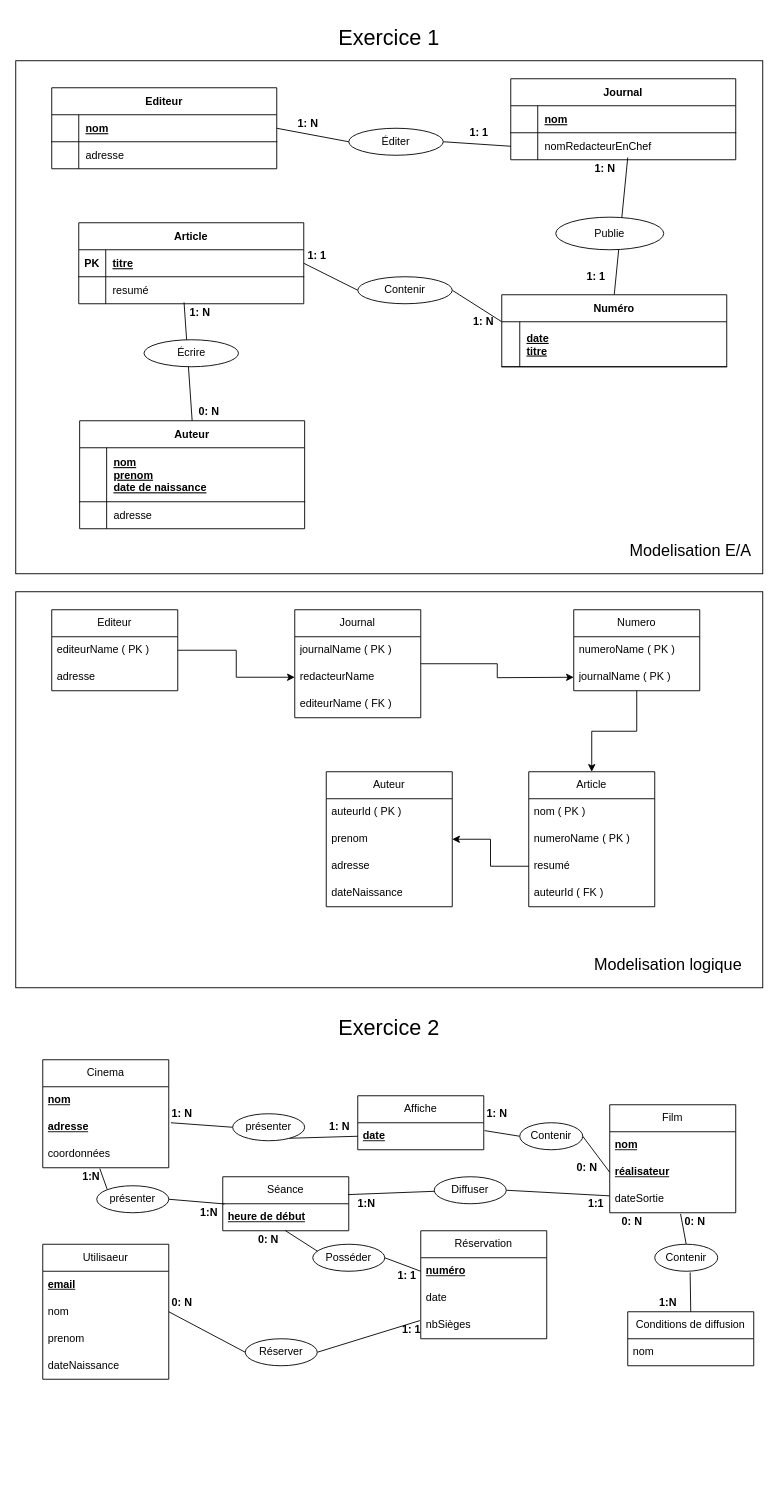
The draw.io diagram TP-1-Modelisation/exercice-1.drawio in florian-alb/administration-bdd-2025, before the edit. Source tidied: cells renumbered, new cells numbered last; positions are measured from the earlier drawing's top-left corner, leaving out a move shared by most shapes. Both pictures are drawn from the tidied source at 90%, with x=0, y=0 at pixel (15, 15).
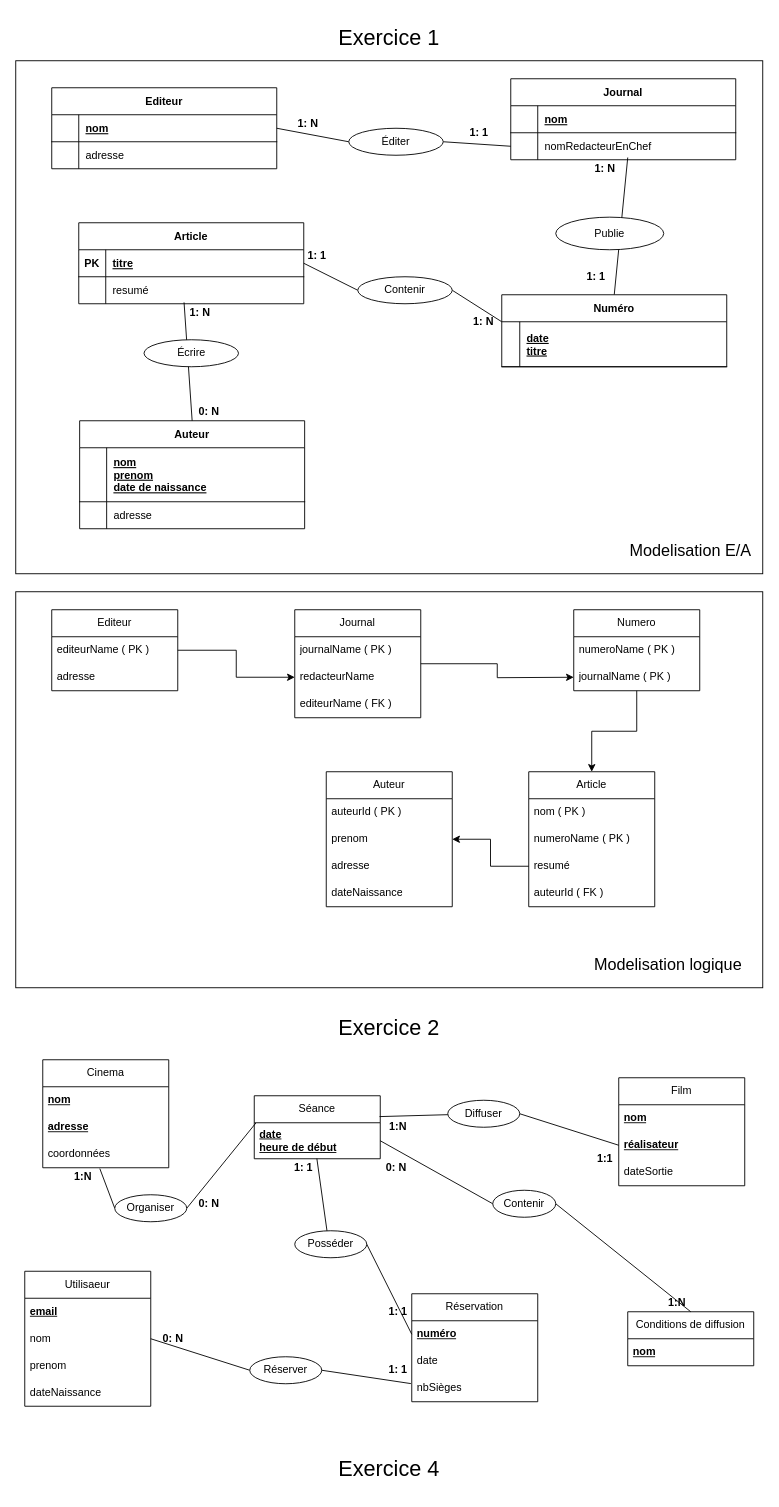
The same diagram, later.

Commit message (it also covers changes not shown here):
Mettre à jour exercice-1.drawio

Unchanged cells that the change refers to:
```xml
<mxCell id="86" value="coordonnées" style="text;strokeColor=none;fillColor=none;align=left;verticalAlign=middle;spacingLeft=4;spacingRight=4;overflow=hidden;points=[[0,0.5],[1,0.5]];portConstraint=eastwest;whiteSpace=wrap;html=1;" parent="83" vertex="1">
  <mxGeometry y="90" width="140" height="30" as="geometry" />
</mxCell>
<mxCell id="89" value="réalisateur" style="text;strokeColor=none;fillColor=none;align=left;verticalAlign=middle;spacingLeft=4;spacingRight=4;overflow=hidden;points=[[0,0.5],[1,0.5]];portConstraint=eastwest;whiteSpace=wrap;html=1;fontStyle=5;" parent="87" vertex="1">
  <mxGeometry y="60" width="140" height="30" as="geometry" />
</mxCell>
<mxCell id="90" value="dateSortie" style="text;strokeColor=none;fillColor=none;align=left;verticalAlign=middle;spacingLeft=4;spacingRight=4;overflow=hidden;points=[[0,0.5],[1,0.5]];portConstraint=eastwest;whiteSpace=wrap;html=1;" parent="87" vertex="1">
  <mxGeometry y="90" width="140" height="30" as="geometry" />
</mxCell>
<mxCell id="97" value="Conditions de diffusion" style="swimlane;fontStyle=0;horizontal=1;startSize=30;whiteSpace=wrap;html=1;" parent="1" vertex="1">
  <mxGeometry x="680" y="1440" width="140" height="60" as="geometry" />
</mxCell>
```

Diff of the diagram source:
```diff
@@
     <mxCell id="87" value="Film" style="swimlane;fontStyle=0;horizontal=1;startSize=30;whiteSpace=wrap;html=1;" parent="1" vertex="1">
-      <mxGeometry x="660" y="1210" width="140" height="120" as="geometry" />
+      <mxGeometry x="670" y="1180" width="140" height="120" as="geometry" />
     </mxCell>
@@
     <mxCell id="91" value="Séance" style="swimlane;fontStyle=0;horizontal=1;startSize=30;whiteSpace=wrap;html=1;" parent="1" vertex="1">
-      <mxGeometry x="230" y="1290" width="140" height="60" as="geometry" />
+      <mxGeometry x="265" y="1200" width="140" height="70" as="geometry" />
     </mxCell>
-    <mxCell id="92" value="heure de début" style="text;strokeColor=none;fillColor=none;align=left;verticalAlign=middle;spacingLeft=4;spacingRight=4;overflow=hidden;points=[[0,0.5],[1,0.5]];portConstraint=eastwest;whiteSpace=wrap;html=1;fontStyle=5;" parent="91" vertex="1">
-      <mxGeometry y="30" width="140" height="30" as="geometry" />
+    <mxCell id="92" value="&lt;div&gt;date&lt;/div&gt;heure de début" style="text;strokeColor=none;fillColor=none;align=left;verticalAlign=middle;spacingLeft=4;spacingRight=4;overflow=hidden;points=[[0,0.5],[1,0.5]];portConstraint=eastwest;whiteSpace=wrap;html=1;fontStyle=5;" parent="91" vertex="1">
+      <mxGeometry y="30" width="140" height="40" as="geometry" />
     </mxCell>
     <mxCell id="93" value="Réservation" style="swimlane;fontStyle=0;horizontal=1;startSize=30;whiteSpace=wrap;html=1;" parent="1" vertex="1">
-      <mxGeometry x="450" y="1350" width="140" height="120" as="geometry" />
+      <mxGeometry x="440" y="1420" width="140" height="120" as="geometry" />
     </mxCell>
@@
-    <mxCell id="98" value="nom" style="text;strokeColor=none;fillColor=none;align=left;verticalAlign=middle;spacingLeft=4;spacingRight=4;overflow=hidden;whiteSpace=wrap;html=1;" parent="97" vertex="1">
+    <mxCell id="98" value="&lt;b&gt;&lt;u&gt;nom&lt;/u&gt;&lt;/b&gt;" style="text;strokeColor=none;fillColor=none;align=left;verticalAlign=middle;spacingLeft=4;spacingRight=4;overflow=hidden;whiteSpace=wrap;html=1;" parent="97" vertex="1">
       <mxGeometry y="30" width="140" height="30" as="geometry" />
     </mxCell>
     <mxCell id="99" value="Utilisaeur" style="swimlane;fontStyle=0;horizontal=1;startSize=30;whiteSpace=wrap;html=1;" parent="1" vertex="1">
-      <mxGeometry x="30" y="1365" width="140" height="150" as="geometry" />
+      <mxGeometry x="10" y="1395" width="140" height="150" as="geometry" />
     </mxCell>
@@
-    <mxCell id="104" value="&lt;b&gt;1: N&lt;/b&gt;" style="text;html=1;align=center;verticalAlign=middle;whiteSpace=wrap;rounded=0;" parent="1" vertex="1">
-      <mxGeometry x="160" y="1210" width="50" height="20" as="geometry" />
-    </mxCell>
     <mxCell id="105" value="&lt;b&gt;1: 1&lt;/b&gt;" style="text;html=1;align=center;verticalAlign=middle;whiteSpace=wrap;rounded=0;" parent="1" vertex="1">
-      <mxGeometry x="410" y="1390" width="50" height="20" as="geometry" />
+      <mxGeometry x="295" y="1270" width="50" height="20" as="geometry" />
     </mxCell>
-    <mxCell id="106" value="Affiche" style="swimlane;fontStyle=0;horizontal=1;startSize=30;whiteSpace=wrap;html=1;" parent="1" vertex="1">
-      <mxGeometry x="380" y="1200" width="140" height="60" as="geometry" />
-    </mxCell>
-    <mxCell id="107" value="date" style="text;strokeColor=none;fillColor=none;align=left;verticalAlign=middle;spacingLeft=4;spacingRight=4;overflow=hidden;points=[[0,0.5],[1,0.5]];portConstraint=eastwest;whiteSpace=wrap;html=1;fontStyle=5;" parent="106" vertex="1">
-      <mxGeometry y="30" width="140" height="30" as="geometry" />
-    </mxCell>
-    <mxCell id="108" style="endArrow=none;html=1;rounded=0;exitX=0.25;exitY=1;exitDx=0;exitDy=0;entryX=0;entryY=0.5;entryDx=0;entryDy=0;" parent="1" edge="1" source="110" target="107">
-      <mxGeometry relative="1" as="geometry" />
-    </mxCell>
-    <mxCell id="109" style="endArrow=none;html=1;rounded=0;exitX=0.25;exitY=1;exitDx=0;exitDy=0;entryX=0;entryY=0.5;entryDx=0;entryDy=0;" parent="1" edge="1" source="104" target="110">
-      <mxGeometry relative="1" as="geometry" />
-    </mxCell>
-    <mxCell id="110" value="présenter" style="ellipse;whiteSpace=wrap;html=1;" parent="1" vertex="1">
-      <mxGeometry x="241" y="1220" width="80" height="30" as="geometry" />
-    </mxCell>
-    <mxCell id="111" style="endArrow=none;html=1;rounded=0;entryX=1.006;entryY=0.291;entryDx=0;entryDy=0;exitX=0;exitY=0.5;exitDx=0;exitDy=0;entryPerimeter=0;" parent="1" edge="1" source="113" target="107">
-      <mxGeometry relative="1" as="geometry" />
-    </mxCell>
-    <mxCell id="112" style="endArrow=none;html=1;rounded=0;entryX=1;entryY=0.5;entryDx=0;entryDy=0;exitX=0;exitY=0.5;exitDx=0;exitDy=0;" parent="1" edge="1" source="89" target="113">
-      <mxGeometry relative="1" as="geometry" />
-    </mxCell>
-    <mxCell id="113" value="Contenir" style="ellipse;whiteSpace=wrap;html=1;" parent="1" vertex="1">
-      <mxGeometry x="560" y="1230" width="70" height="30" as="geometry" />
-    </mxCell>
-    <mxCell id="114" value="&lt;b&gt;1: N&lt;/b&gt;" style="text;html=1;align=center;verticalAlign=middle;whiteSpace=wrap;rounded=0;" parent="1" vertex="1">
-      <mxGeometry x="510" y="1210" width="50" height="20" as="geometry" />
-    </mxCell>
-    <mxCell id="115" value="&lt;b&gt;0: N&lt;/b&gt;" style="text;html=1;align=center;verticalAlign=middle;whiteSpace=wrap;rounded=0;" parent="1" vertex="1">
-      <mxGeometry x="610" y="1270" width="50" height="20" as="geometry" />
-    </mxCell>
-    <mxCell id="116" style="endArrow=none;html=1;rounded=0;exitX=0.5;exitY=0;exitDx=0;exitDy=0;entryX=0.562;entryY=1.044;entryDx=0;entryDy=0;entryPerimeter=0;" parent="1" edge="1" source="118" target="90">
+    <mxCell id="116" style="endArrow=none;html=1;rounded=0;exitX=0;exitY=0.5;exitDx=0;exitDy=0;entryX=1;entryY=0.5;entryDx=0;entryDy=0;" parent="1" edge="1" source="118" target="92">
       <mxGeometry relative="1" as="geometry" />
     </mxCell>
-    <mxCell id="117" style="endArrow=none;html=1;rounded=0;exitX=0.5;exitY=0;exitDx=0;exitDy=0;entryX=0.562;entryY=1.044;entryDx=0;entryDy=0;entryPerimeter=0;" parent="1" edge="1" source="97" target="118">
+    <mxCell id="117" style="endArrow=none;html=1;rounded=0;exitX=0.5;exitY=0;exitDx=0;exitDy=0;entryX=1;entryY=0.5;entryDx=0;entryDy=0;" parent="1" edge="1" source="97" target="118">
       <mxGeometry relative="1" as="geometry" />
     </mxCell>
     <mxCell id="118" value="Contenir" style="ellipse;whiteSpace=wrap;html=1;" parent="1" vertex="1">
-      <mxGeometry x="710" y="1365" width="70" height="30" as="geometry" />
+      <mxGeometry x="530" y="1305" width="70" height="30" as="geometry" />
     </mxCell>
     <mxCell id="119" value="&lt;b&gt;0: N&lt;/b&gt;" style="text;html=1;align=center;verticalAlign=middle;whiteSpace=wrap;rounded=0;" parent="1" vertex="1">
-      <mxGeometry x="730" y="1330" width="50" height="20" as="geometry" />
+      <mxGeometry x="397.5" y="1270" width="50" height="20" as="geometry" />
     </mxCell>
     <mxCell id="120" value="&lt;b&gt;1:N&lt;/b&gt;" style="text;html=1;align=center;verticalAlign=middle;whiteSpace=wrap;rounded=0;" parent="1" vertex="1">
-      <mxGeometry x="700" y="1420" width="50" height="20" as="geometry" />
+      <mxGeometry x="710" y="1420" width="50" height="20" as="geometry" />
     </mxCell>
@@
     <mxCell id="123" value="Réserver" style="ellipse;whiteSpace=wrap;html=1;" parent="1" vertex="1">
-      <mxGeometry x="255" y="1470" width="80" height="30" as="geometry" />
+      <mxGeometry x="260" y="1490" width="80" height="30" as="geometry" />
     </mxCell>
     <mxCell id="124" value="&lt;b&gt;0: N&lt;/b&gt;" style="text;html=1;align=center;verticalAlign=middle;whiteSpace=wrap;rounded=0;" parent="1" vertex="1">
-      <mxGeometry x="160" y="1420" width="50" height="20" as="geometry" />
+      <mxGeometry x="150" y="1460" width="50" height="20" as="geometry" />
     </mxCell>
@@
-    <mxCell id="126" style="endArrow=none;html=1;rounded=0;exitX=1;exitY=0.5;exitDx=0;exitDy=0;" parent="1" edge="1" source="130" target="90">
+    <mxCell id="126" style="endArrow=none;html=1;rounded=0;exitX=1;exitY=0.5;exitDx=0;exitDy=0;entryX=0;entryY=0.5;entryDx=0;entryDy=0;" parent="1" edge="1" source="130" target="89">
       <mxGeometry relative="1" as="geometry" />
     </mxCell>
@@
     <mxCell id="128" value="Posséder" style="ellipse;whiteSpace=wrap;html=1;" parent="1" vertex="1">
-      <mxGeometry x="330" y="1365" width="80" height="30" as="geometry" />
+      <mxGeometry x="310" y="1350" width="80" height="30" as="geometry" />
     </mxCell>
@@
     <mxCell id="130" value="Diffuser" style="ellipse;whiteSpace=wrap;html=1;" parent="1" vertex="1">
-      <mxGeometry x="465" y="1290" width="80" height="30" as="geometry" />
+      <mxGeometry x="480" y="1205" width="80" height="30" as="geometry" />
     </mxCell>
-    <mxCell id="131" value="&lt;b&gt;1: N&lt;/b&gt;" style="text;html=1;align=center;verticalAlign=middle;whiteSpace=wrap;rounded=0;" parent="1" vertex="1">
-      <mxGeometry x="335" y="1225" width="50" height="20" as="geometry" />
-    </mxCell>
-    <mxCell id="132" value="&lt;b&gt;0: N&lt;/b&gt;" style="text;html=1;align=center;verticalAlign=middle;whiteSpace=wrap;rounded=0;" parent="1" vertex="1">
-      <mxGeometry x="660" y="1330" width="50" height="20" as="geometry" />
-    </mxCell>
     <mxCell id="133" value="&lt;b&gt;1:N&lt;/b&gt;" style="text;html=1;align=center;verticalAlign=middle;whiteSpace=wrap;rounded=0;" parent="1" vertex="1">
-      <mxGeometry x="59" y="1280" width="50" height="20" as="geometry" />
+      <mxGeometry x="50" y="1280" width="50" height="20" as="geometry" />
     </mxCell>
     <mxCell id="134" value="&lt;b&gt;1: 1&lt;/b&gt;" style="text;html=1;align=center;verticalAlign=middle;whiteSpace=wrap;rounded=0;" parent="1" vertex="1">
-      <mxGeometry x="415" y="1450" width="50" height="20" as="geometry" />
+      <mxGeometry x="400" y="1430" width="50" height="20" as="geometry" />
     </mxCell>
     <mxCell id="135" value="&lt;b&gt;0: N&lt;/b&gt;" style="text;html=1;align=center;verticalAlign=middle;whiteSpace=wrap;rounded=0;" parent="1" vertex="1">
-      <mxGeometry x="256" y="1350" width="50" height="20" as="geometry" />
+      <mxGeometry x="190" y="1310" width="50" height="20" as="geometry" />
     </mxCell>
@@
-    <mxCell id="137" style="endArrow=none;html=1;rounded=0;exitX=0.453;exitY=1.032;exitDx=0;exitDy=0;exitPerimeter=0;entryX=0;entryY=0;entryDx=0;entryDy=0;" parent="1" edge="1" source="86" target="138">
+    <mxCell id="137" style="endArrow=none;html=1;rounded=0;exitX=0.453;exitY=1.032;exitDx=0;exitDy=0;exitPerimeter=0;entryX=0;entryY=0.5;entryDx=0;entryDy=0;" parent="1" edge="1" source="86" target="138">
       <mxGeometry relative="1" as="geometry" />
     </mxCell>
-    <mxCell id="138" value="présenter" style="ellipse;whiteSpace=wrap;html=1;" parent="1" vertex="1">
-      <mxGeometry x="90" y="1300" width="80" height="30" as="geometry" />
+    <mxCell id="138" value="Organiser" style="ellipse;whiteSpace=wrap;html=1;" parent="1" vertex="1">
+      <mxGeometry x="110" y="1310" width="80" height="30" as="geometry" />
     </mxCell>
-    <mxCell id="139" value="&lt;b&gt;1:N&lt;/b&gt;" style="text;html=1;align=center;verticalAlign=middle;whiteSpace=wrap;rounded=0;" parent="1" vertex="1">
-      <mxGeometry x="190" y="1320" width="50" height="20" as="geometry" />
-    </mxCell>
     <mxCell id="140" value="&lt;b&gt;1:N&lt;/b&gt;" style="text;html=1;align=center;verticalAlign=middle;whiteSpace=wrap;rounded=0;" parent="1" vertex="1">
-      <mxGeometry x="365" y="1310" width="50" height="20" as="geometry" />
+      <mxGeometry x="400" y="1225" width="50" height="20" as="geometry" />
     </mxCell>
     <mxCell id="141" value="&lt;b&gt;1:1&lt;/b&gt;" style="text;html=1;align=center;verticalAlign=middle;whiteSpace=wrap;rounded=0;" parent="1" vertex="1">
-      <mxGeometry x="620" y="1310" width="50" height="20" as="geometry" />
+      <mxGeometry x="630" y="1260" width="50" height="20" as="geometry" />
     </mxCell>
+    <mxCell id="142" value="&lt;b&gt;1: 1&lt;/b&gt;" style="text;html=1;align=center;verticalAlign=middle;whiteSpace=wrap;rounded=0;" parent="1" vertex="1">
+      <mxGeometry x="400" y="1495" width="50" height="20" as="geometry" />
+    </mxCell>
+    <mxCell id="143" value="&lt;font style=&quot;font-size: 24px;&quot;&gt;Exercice 4&lt;/font&gt;" style="text;html=1;align=center;verticalAlign=middle;whiteSpace=wrap;rounded=0;" parent="1" vertex="1">
+      <mxGeometry x="345" y="1590" width="140" height="50" as="geometry" />
+    </mxCell>
```
